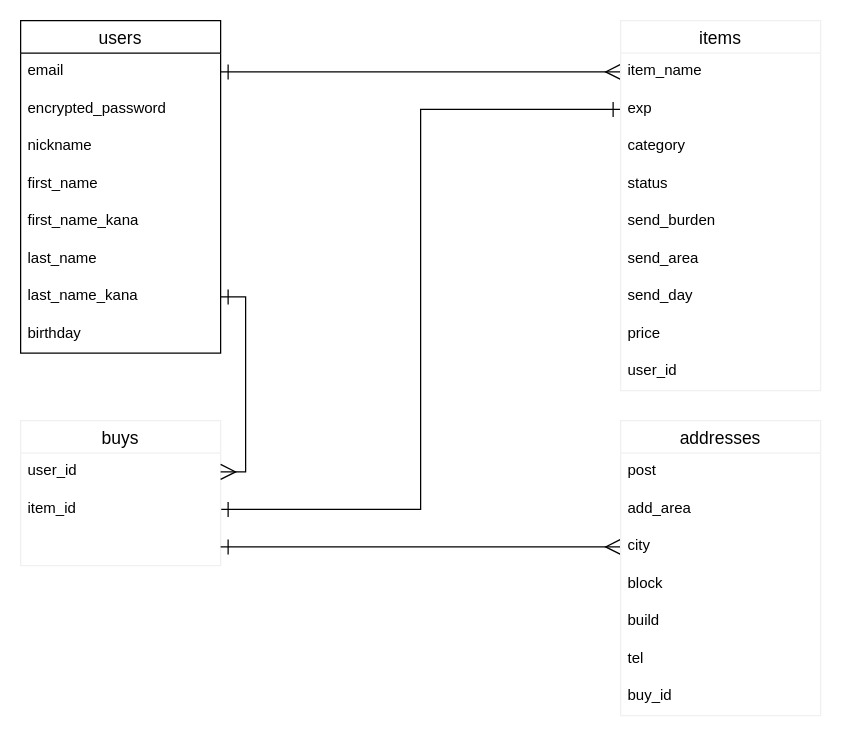
Above: furimaER.dio in hamada456/furima-31719 (draw.io), before the change. Source tidied: cells renumbered, new cells numbered last; positions are measured from the earlier drawing's top-left corner, leaving out a move shared by most shapes. Both pictures are drawn from the tidied source at 125%, with x=0, y=0 at pixel (20, 20).
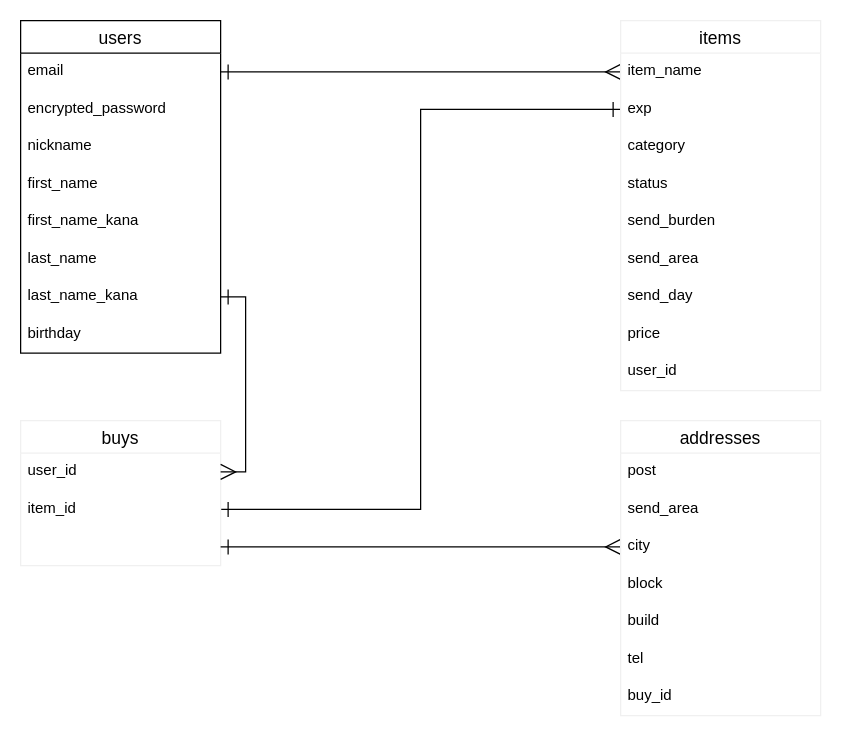
Above is the later version.

Unchanged cells that the change refers to:
```xml
<mxCell id="29" value="addresses" style="swimlane;fontStyle=0;horizontal=1;startSize=26;align=center;fontSize=14;strokeColor=#f0f0f0;" parent="1" vertex="1">
  <mxGeometry x="480" y="320" width="160" height="236" as="geometry" />
</mxCell>
```

Change to the diagram source:
```diff
@@
-    <mxCell id="31" value="add_area" style="align=left;fillColor=none;strokeColor=none;verticalAlign=top;spacingLeft=4;spacingRight=4;" parent="29" vertex="1">
+    <mxCell id="31" value="send_area" style="align=left;fillColor=none;strokeColor=none;verticalAlign=top;spacingLeft=4;spacingRight=4;" parent="29" vertex="1">
       <mxGeometry y="56" width="160" height="30" as="geometry" />
     </mxCell>
```
